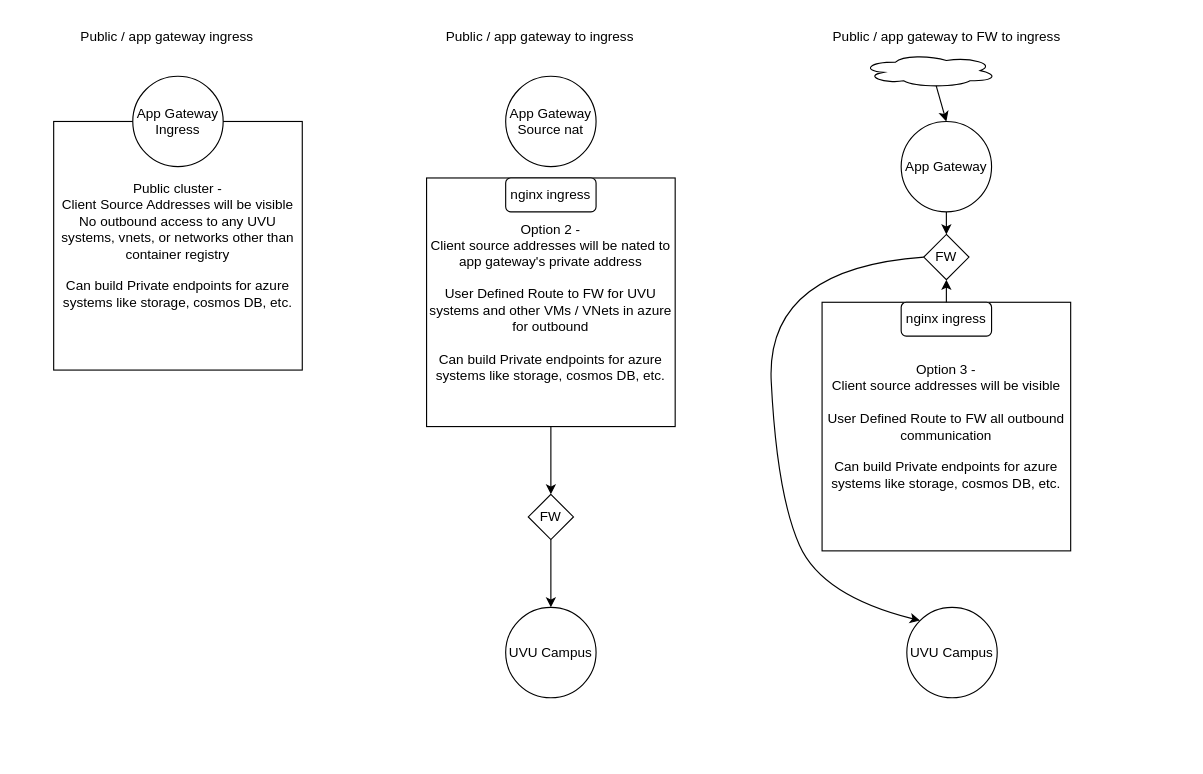
jonbarclay/4425 keeps this draw.io diagram as aks networks.drawio. Above is the earlier version. Source tidied: cells renumbered, new cells numbered last; positions are measured from the earlier drawing's top-left corner, leaving out a move shared by most shapes. Both pictures are drawn from the tidied source at 113%, with x=0, y=0 at pixel (53, 19).
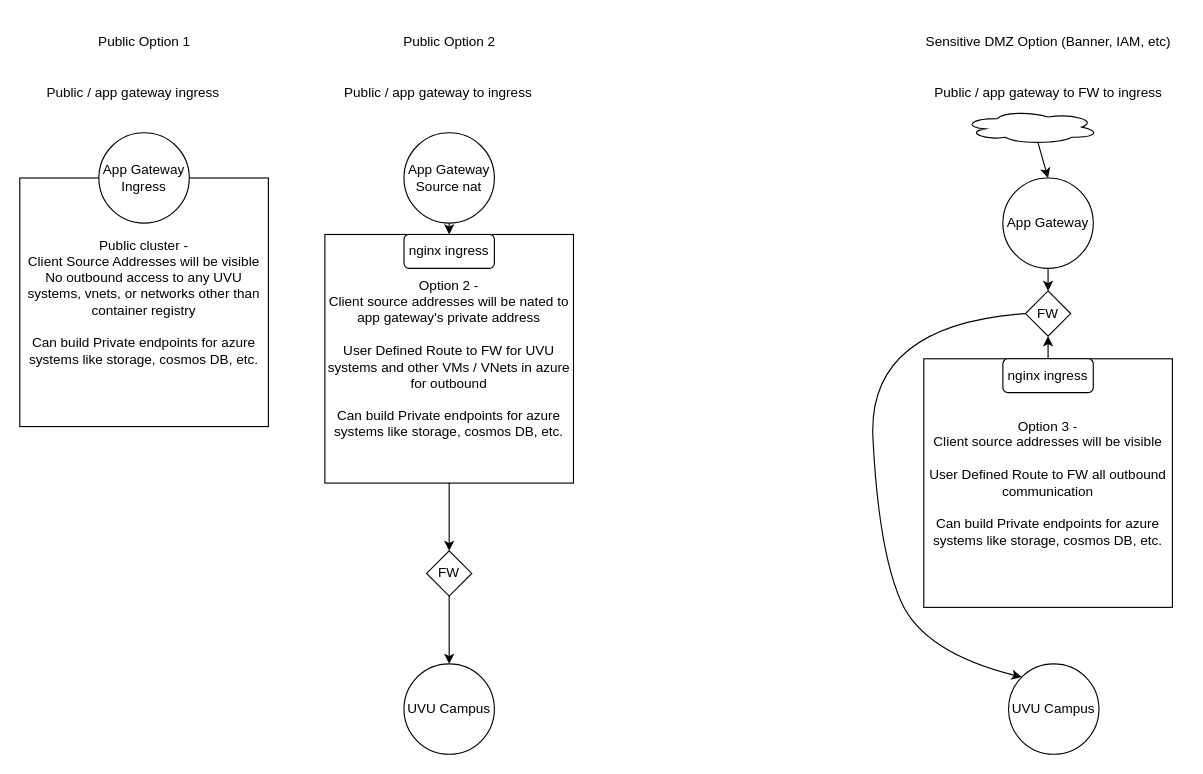
After the change.

Change to the diagram source:
```diff
@@
     <mxCell id="2" value="Public cluster -&lt;br&gt;Client Source Addresses will be visible&lt;br&gt;No outbound access to any UVU systems, vnets, or networks other than container registry&lt;br&gt;&lt;br&gt;Can build Private endpoints for azure systems like storage, cosmos DB, etc." style="whiteSpace=wrap;html=1;" parent="1" vertex="1">
-      <mxGeometry y="90" width="220" height="220" as="geometry" />
+      <mxGeometry x="-30" y="140" width="220" height="220" as="geometry" />
     </mxCell>
     <mxCell id="3" value="App Gateway&lt;br&gt;Ingress" style="ellipse;whiteSpace=wrap;html=1;" parent="1" vertex="1">
-      <mxGeometry x="70" y="50" width="80" height="80" as="geometry" />
+      <mxGeometry x="40" y="100" width="80" height="80" as="geometry" />
     </mxCell>
     <mxCell id="4" value="Option 2 -&lt;br&gt;Client source addresses will be nated to app gateway's private address&lt;br&gt;&lt;br&gt;User Defined Route to FW for UVU systems and other VMs / VNets in azure for outbound&lt;br&gt;&lt;br&gt;Can build Private endpoints for azure systems like storage, cosmos DB, etc." style="whiteSpace=wrap;html=1;" parent="1" vertex="1">
-      <mxGeometry x="330" y="140" width="220" height="220" as="geometry" />
+      <mxGeometry x="240" y="190" width="220" height="220" as="geometry" />
     </mxCell>
     <mxCell id="5" value="App Gateway&lt;br&gt;Source nat" style="ellipse;whiteSpace=wrap;html=1;" parent="1" vertex="1">
-      <mxGeometry x="400" y="50" width="80" height="80" as="geometry" />
+      <mxGeometry x="310" y="100" width="80" height="80" as="geometry" />
     </mxCell>
     <mxCell id="6" value="nginx ingress" style="rounded=1;whiteSpace=wrap;html=1;" parent="1" vertex="1">
-      <mxGeometry x="400" y="140" width="80" height="30" as="geometry" />
+      <mxGeometry x="310" y="190" width="80" height="30" as="geometry" />
     </mxCell>
     <mxCell id="7" value="Public / app gateway ingress" style="text;html=1;align=center;verticalAlign=middle;strokeColor=none;fillColor=none;" parent="1" vertex="1">
-      <mxGeometry x="10" width="180" height="30" as="geometry" />
+      <mxGeometry x="-20" y="50" width="180" height="30" as="geometry" />
     </mxCell>
     <mxCell id="8" value="Public / app gateway to ingress" style="text;html=1;align=center;verticalAlign=middle;strokeColor=none;fillColor=none;" parent="1" vertex="1">
-      <mxGeometry x="335" width="190" height="30" as="geometry" />
+      <mxGeometry x="245" y="50" width="190" height="30" as="geometry" />
     </mxCell>
     <mxCell id="9" value="FW" style="rhombus;whiteSpace=wrap;html=1;" parent="1" vertex="1">
-      <mxGeometry x="420" y="420" width="40" height="40" as="geometry" />
+      <mxGeometry x="330" y="470" width="40" height="40" as="geometry" />
     </mxCell>
@@
     <mxCell id="11" value="UVU Campus" style="ellipse;whiteSpace=wrap;html=1;" parent="1" vertex="1">
-      <mxGeometry x="400" y="520" width="80" height="80" as="geometry" />
+      <mxGeometry x="310" y="570" width="80" height="80" as="geometry" />
     </mxCell>
     <mxCell id="12" style="endArrow=classic;html=1;rounded=0;exitX=0.5;exitY=1;exitDx=0;exitDy=0;entryX=0.5;entryY=0;entryDx=0;entryDy=0;" parent="1" edge="1" target="11">
       <mxGeometry relative="1" as="geometry">
-        <mxPoint x="440" y="460" as="sourcePoint" />
+        <mxPoint x="350" y="510" as="sourcePoint" />
       </mxGeometry>
     </mxCell>
     <mxCell id="13" value="Option 3 -&lt;br&gt;Client source addresses will be visible&lt;br&gt;&lt;br&gt;User Defined Route to FW all outbound communication&lt;br&gt;&lt;br&gt;Can build Private endpoints for azure systems like storage, cosmos DB, etc." style="whiteSpace=wrap;html=1;" parent="1" vertex="1">
-      <mxGeometry x="680" y="250" width="220" height="220" as="geometry" />
+      <mxGeometry x="770" y="300" width="220" height="220" as="geometry" />
     </mxCell>
     <mxCell id="14" value="nginx ingress" style="rounded=1;whiteSpace=wrap;html=1;" parent="1" vertex="1">
-      <mxGeometry x="750" y="250" width="80" height="30" as="geometry" />
+      <mxGeometry x="840" y="300" width="80" height="30" as="geometry" />
     </mxCell>
     <mxCell id="15" value="Public / app gateway to FW to ingress" style="text;html=1;align=center;verticalAlign=middle;strokeColor=none;fillColor=none;" parent="1" vertex="1">
-      <mxGeometry x="680" width="220" height="30" as="geometry" />
+      <mxGeometry x="770" y="50" width="220" height="30" as="geometry" />
     </mxCell>
     <mxCell id="16" value="FW" style="rhombus;whiteSpace=wrap;html=1;" parent="1" vertex="1">
-      <mxGeometry x="770" y="190" width="40" height="40" as="geometry" />
+      <mxGeometry x="860" y="240" width="40" height="40" as="geometry" />
     </mxCell>
     <mxCell id="17" style="ellipse;shape=cloud;whiteSpace=wrap;html=1;" parent="1" vertex="1">
-      <mxGeometry x="715" y="30" width="120" height="30" as="geometry" />
+      <mxGeometry x="805" y="80" width="120" height="30" as="geometry" />
     </mxCell>
@@
     <mxCell id="19" value="UVU Campus" style="ellipse;whiteSpace=wrap;html=1;" parent="1" vertex="1">
-      <mxGeometry x="755" y="520" width="80" height="80" as="geometry" />
+      <mxGeometry x="845" y="570" width="80" height="80" as="geometry" />
     </mxCell>
     <mxCell id="20" style="endArrow=classic;html=1;exitX=0;exitY=0.5;exitDx=0;exitDy=0;entryX=0;entryY=0;entryDx=0;entryDy=0;curved=1;" parent="1" edge="1" source="16" target="19">
       <mxGeometry relative="1" as="geometry">
         <Array as="points">
-          <mxPoint x="630" y="220" />
-          <mxPoint x="640" y="420" />
-          <mxPoint x="680" y="510" />
+          <mxPoint x="720" y="270" />
+          <mxPoint x="730" y="470" />
+          <mxPoint x="770" y="560" />
         </Array>
       </mxGeometry>
     </mxCell>
     <mxCell id="21" value="App Gateway" style="ellipse;whiteSpace=wrap;html=1;" parent="1" vertex="1">
-      <mxGeometry x="750" y="90" width="80" height="80" as="geometry" />
+      <mxGeometry x="840" y="140" width="80" height="80" as="geometry" />
     </mxCell>
@@
+    <mxCell id="24" value="Public Option 1" style="text;html=1;align=center;verticalAlign=middle;strokeColor=none;fillColor=none;" parent="1" vertex="1">
+      <mxGeometry x="30" y="5" width="100" height="30" as="geometry" />
+    </mxCell>
+    <mxCell id="25" value="Public Option 2" style="text;html=1;align=center;verticalAlign=middle;strokeColor=none;fillColor=none;" parent="1" vertex="1">
+      <mxGeometry x="300" y="5" width="100" height="30" as="geometry" />
+    </mxCell>
+    <mxCell id="26" value="Sensitive DMZ Option (Banner, IAM, etc)" style="text;html=1;align=center;verticalAlign=middle;strokeColor=none;fillColor=none;" parent="1" vertex="1">
+      <mxGeometry x="760" y="5" width="240" height="30" as="geometry" />
+    </mxCell>
+    <mxCell id="27" style="endArrow=classic;html=1;curved=1;exitX=0.5;exitY=1;exitDx=0;exitDy=0;entryX=0.5;entryY=0;entryDx=0;entryDy=0;" parent="1" edge="1" source="5" target="6">
+      <mxGeometry relative="1" as="geometry" />
+    </mxCell>
```
